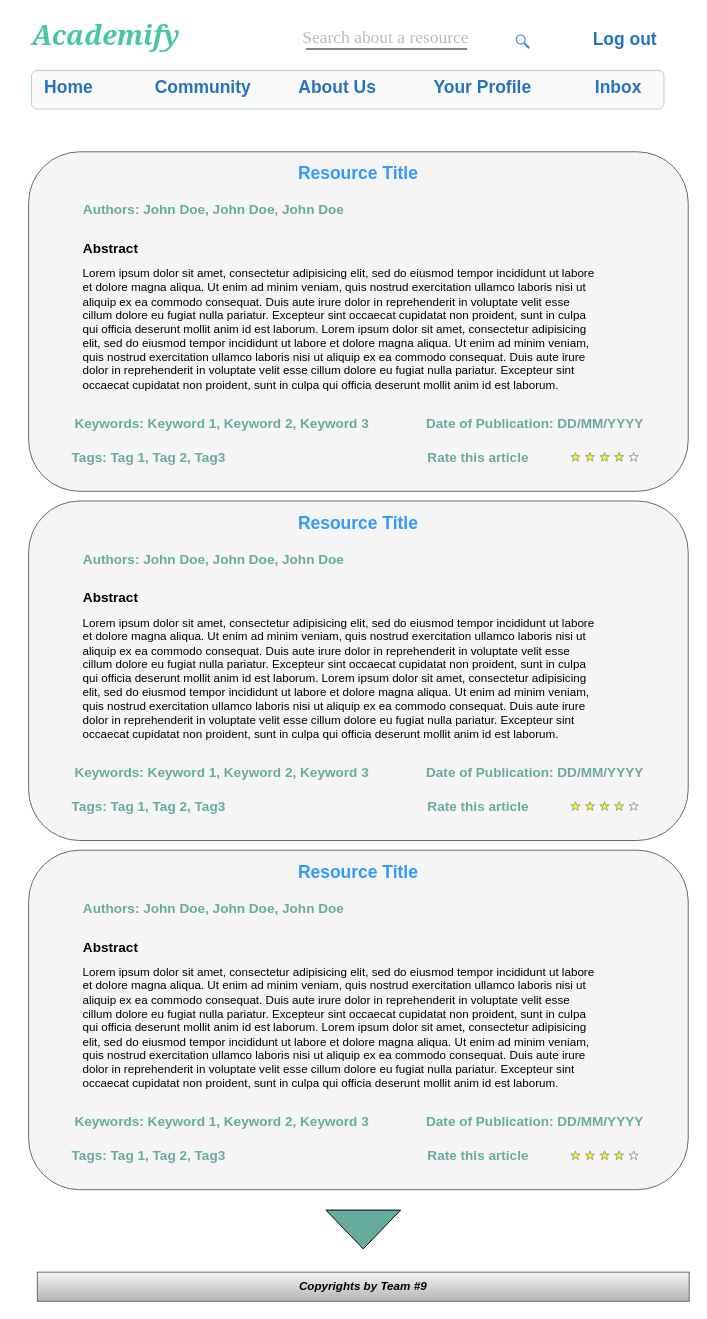
Before: Project Design/Wireframes/Home Page.drawio in muhammed-ayman/ScholarStack, a draw.io diagram. Source tidied: cells renumbered, new cells numbered last; positions are measured from the earlier drawing's top-left corner, leaving out a move shared by most shapes. Both pictures are drawn from the tidied source at 97%, with x=0, y=0 at pixel (28, 17).
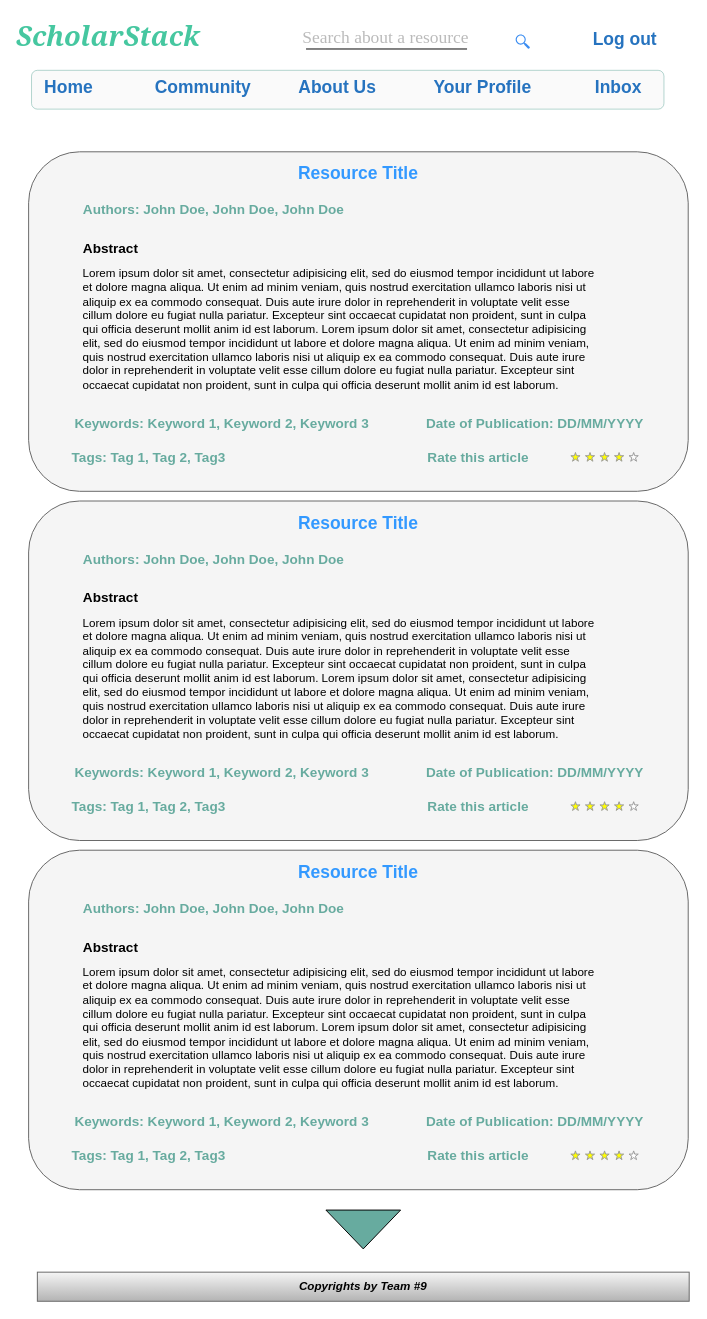
The same diagram, later.

Commit message (it also covers changes not shown here):
updated project name in the wireframe

Diff of the diagram source:
```diff
@@
-    <mxCell id="4" value="Academify" style="text;spacingTop=-5;fontSize=28;fontStyle=3;align=center;horizontal=1;verticalAlign=middle;fontFamily=Georgia;fontColor=#46C7A0;" parent="1" vertex="1">
-      <mxGeometry y="0.2" width="160" height="35" as="geometry" />
+    <mxCell id="4" value="ScholarStack" style="text;spacingTop=-5;fontSize=28;fontStyle=3;align=center;horizontal=1;verticalAlign=middle;fontFamily=Georgia;fontColor=#46C7A0;" parent="1" vertex="1">
+      <mxGeometry x="2" y="1.2" width="160" height="35" as="geometry" />
     </mxCell>
```
